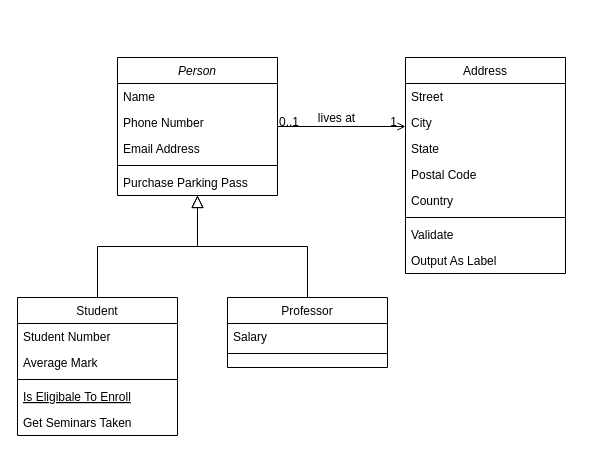
This is ClassDiagram.drawio from PrinceSousuke/RyansWebsiteProject, a draw.io file, before an edit. Source tidied: cells renumbered, new cells numbered last; positions are measured from the earlier drawing's top-left corner, leaving out a move shared by most shapes. Both pictures are drawn from the tidied source at 100%, with x=0, y=0 at pixel (17, 57).
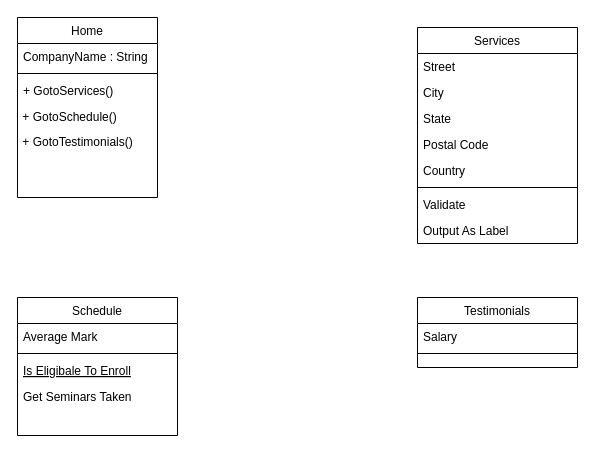
Above is the later version.

The edit, as a diff of the source:
```diff
@@
-    <mxCell id="2" value="Person" style="swimlane;fontStyle=2;align=center;verticalAlign=top;horizontal=1;startSize=26;rounded=0;shadow=0;strokeWidth=1;" parent="1" vertex="1">
-      <mxGeometry x="100" width="160" height="138" as="geometry" />
+    <mxCell id="2" value="Home" style="swimlane;fontStyle=0;align=center;verticalAlign=top;horizontal=1;startSize=26;rounded=0;shadow=0;strokeWidth=1;" parent="1" vertex="1">
+      <mxGeometry y="-40" width="140" height="180" as="geometry" />
     </mxCell>
-    <mxCell id="3" value="Name" style="text;align=left;verticalAlign=top;spacingLeft=4;spacingRight=4;overflow=hidden;" parent="2" vertex="1">
-      <mxGeometry y="26" width="160" height="26" as="geometry" />
+    <mxCell id="3" value="CompanyName : String" style="text;align=left;verticalAlign=top;spacingLeft=4;spacingRight=4;overflow=hidden;" parent="2" vertex="1">
+      <mxGeometry y="26" width="140" height="26" as="geometry" />
     </mxCell>
-    <mxCell id="4" value="Phone Number" style="text;align=left;verticalAlign=top;spacingLeft=4;spacingRight=4;overflow=hidden;rounded=0;shadow=0;html=0;" parent="2" vertex="1">
-      <mxGeometry y="52" width="160" height="26" as="geometry" />
-    </mxCell>
-    <mxCell id="5" value="Email Address" style="text;align=left;verticalAlign=top;spacingLeft=4;spacingRight=4;overflow=hidden;rounded=0;shadow=0;html=0;" parent="2" vertex="1">
-      <mxGeometry y="78" width="160" height="26" as="geometry" />
-    </mxCell>
     <mxCell id="6" style="line;html=1;strokeWidth=1;align=left;verticalAlign=middle;spacingTop=-1;spacingLeft=3;spacingRight=3;labelPosition=right;" parent="2" vertex="1">
-      <mxGeometry y="104" width="160" height="8" as="geometry" />
+      <mxGeometry y="52" width="140" height="8" as="geometry" />
     </mxCell>
-    <mxCell id="7" value="Purchase Parking Pass" style="text;align=left;verticalAlign=top;spacingLeft=4;spacingRight=4;overflow=hidden;" parent="2" vertex="1">
-      <mxGeometry y="112" width="160" height="26" as="geometry" />
+    <mxCell id="7" value="+ GotoServices()" style="text;align=left;verticalAlign=top;spacingLeft=4;spacingRight=4;overflow=hidden;" parent="2" vertex="1">
+      <mxGeometry y="60" width="140" height="30" as="geometry" />
     </mxCell>
+    <mxCell id="32" value="&amp;nbsp;+ GotoSchedule()" style="text;html=1;align=left;verticalAlign=middle;" parent="2" vertex="1">
+      <mxGeometry y="90" width="140" height="20" as="geometry" />
+    </mxCell>
+    <mxCell id="33" value="&amp;nbsp;+ GotoTestimonials()" style="text;html=1;strokeColor=none;fillColor=none;align=left;verticalAlign=middle;whiteSpace=wrap;rounded=0;" parent="2" vertex="1">
+      <mxGeometry y="110" width="140" height="30" as="geometry" />
+    </mxCell>
-    <mxCell id="8" value="Student" style="swimlane;fontStyle=0;align=center;verticalAlign=top;horizontal=1;startSize=26;rounded=0;shadow=0;strokeWidth=1;" parent="1" vertex="1">
+    <mxCell id="8" value="Schedule" style="swimlane;fontStyle=0;align=center;verticalAlign=top;horizontal=1;startSize=26;rounded=0;shadow=0;strokeWidth=1;" parent="1" vertex="1">
       <mxGeometry y="240" width="160" height="138" as="geometry" />
     </mxCell>
-    <mxCell id="9" value="Student Number" style="text;align=left;verticalAlign=top;spacingLeft=4;spacingRight=4;overflow=hidden;" parent="8" vertex="1">
-      <mxGeometry y="26" width="160" height="26" as="geometry" />
-    </mxCell>
     <mxCell id="10" value="Average Mark" style="text;align=left;verticalAlign=top;spacingLeft=4;spacingRight=4;overflow=hidden;rounded=0;shadow=0;html=0;" parent="8" vertex="1">
-      <mxGeometry y="52" width="160" height="26" as="geometry" />
+      <mxGeometry y="26" width="160" height="26" as="geometry" />
     </mxCell>
     <mxCell id="11" style="line;html=1;strokeWidth=1;align=left;verticalAlign=middle;spacingTop=-1;spacingLeft=3;spacingRight=3;labelPosition=right;" parent="8" vertex="1">
-      <mxGeometry y="78" width="160" height="8" as="geometry" />
+      <mxGeometry y="52" width="160" height="8" as="geometry" />
     </mxCell>
     <mxCell id="12" value="Is Eligibale To Enroll" style="text;align=left;verticalAlign=top;spacingLeft=4;spacingRight=4;overflow=hidden;fontStyle=4;" parent="8" vertex="1">
-      <mxGeometry y="86" width="160" height="26" as="geometry" />
+      <mxGeometry y="60" width="160" height="26" as="geometry" />
     </mxCell>
     <mxCell id="13" value="Get Seminars Taken" style="text;align=left;verticalAlign=top;spacingLeft=4;spacingRight=4;overflow=hidden;" parent="8" vertex="1">
-      <mxGeometry y="112" width="160" height="26" as="geometry" />
+      <mxGeometry y="86" width="160" height="26" as="geometry" />
     </mxCell>
-    <mxCell id="14" style="endArrow=block;endSize=10;endFill=0;shadow=0;strokeWidth=1;rounded=0;edgeStyle=elbowEdgeStyle;elbow=vertical;" parent="1" edge="1" source="8" target="2">
-      <mxGeometry relative="1" as="geometry" />
-    </mxCell>
-    <mxCell id="15" value="Professor" style="swimlane;fontStyle=0;align=center;verticalAlign=top;horizontal=1;startSize=26;rounded=0;shadow=0;strokeWidth=1;" parent="1" vertex="1">
-      <mxGeometry x="210" y="240" width="160" height="70" as="geometry" />
+    <mxCell id="15" value="Testimonials" style="swimlane;fontStyle=0;align=center;verticalAlign=top;horizontal=1;startSize=26;rounded=0;shadow=0;strokeWidth=1;" parent="1" vertex="1">
+      <mxGeometry x="400" y="240" width="160" height="70" as="geometry" />
     </mxCell>
@@
-    <mxCell id="18" style="endArrow=block;endSize=10;endFill=0;shadow=0;strokeWidth=1;rounded=0;edgeStyle=elbowEdgeStyle;elbow=vertical;" parent="1" edge="1" source="15" target="2">
-      <mxGeometry relative="1" as="geometry" />
-    </mxCell>
-    <mxCell id="19" value="Address" style="swimlane;fontStyle=0;align=center;verticalAlign=top;horizontal=1;startSize=26;rounded=0;shadow=0;strokeWidth=1;" parent="1" vertex="1">
-      <mxGeometry x="388" width="160" height="216" as="geometry" />
+    <mxCell id="19" value="Services" style="swimlane;fontStyle=0;align=center;verticalAlign=top;horizontal=1;startSize=26;rounded=0;shadow=0;strokeWidth=1;" parent="1" vertex="1">
+      <mxGeometry x="400" y="-30" width="160" height="216" as="geometry" />
     </mxCell>
@@
-    <mxCell id="28" style="endArrow=open;shadow=0;strokeWidth=1;rounded=0;endFill=1;edgeStyle=elbowEdgeStyle;elbow=vertical;" parent="1" edge="1" source="2" target="19">
-      <mxGeometry x="0.5" y="41" relative="1" as="geometry">
-        <mxPoint x="-40" y="32" as="offset" />
-      </mxGeometry>
-    </mxCell>
-    <mxCell id="29" value="0..1" style="align=left;verticalAlign=bottom;labelBackgroundColor=none;fontSize=12;" parent="28" vertex="1">
-      <mxGeometry x="-1" relative="1" as="geometry">
-        <mxPoint y="4" as="offset" />
-      </mxGeometry>
-    </mxCell>
-    <mxCell id="30" value="1" style="align=right;verticalAlign=bottom;labelBackgroundColor=none;fontSize=12;" parent="28" vertex="1">
-      <mxGeometry x="1" relative="1" as="geometry">
-        <mxPoint x="-7" y="4" as="offset" />
-      </mxGeometry>
-    </mxCell>
-    <mxCell id="31" value="lives at" style="text;html=1;align=center;verticalAlign=middle;labelBackgroundColor=none;rounded=0;shadow=0;strokeWidth=1;fontSize=12;" parent="28" vertex="1">
-      <mxGeometry x="0.5" y="49" relative="1" as="geometry">
-        <mxPoint x="-38" y="40" as="offset" />
-      </mxGeometry>
-    </mxCell>
```
